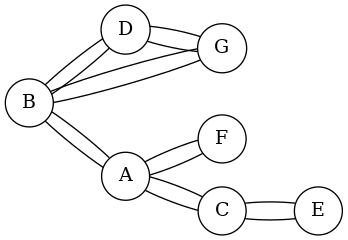
This is kk.png from luisferuam/edyl-graph, a Graphviz export, as it was before one commit. Its source is kept beside it as kk.dot.
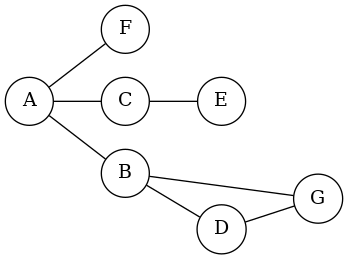
The same file after the commit.

Diff of the diagram source:
```diff
@@ -1,26 +1,19 @@
 graph {
   rankdir=LR;
 
+  E[shape=circle]
+  G[shape=circle]
+  D[shape=circle]
+  F[shape=circle]
+  C[shape=circle]
   B[shape=circle]
-  D[shape=circle]
-  E[shape=circle]
-  F[shape=circle]
-  G[shape=circle]
-  C[shape=circle]
   A[shape=circle]
 
-  B -- A
   B -- D
+  A -- C
+  C -- E
   B -- G
-  D -- B
   D -- G
-  E -- C
-  F -- A
-  G -- B
-  G -- D
-  C -- A
-  C -- E
+  A -- F
   A -- B
-  A -- C
-  A -- F
 }
```
